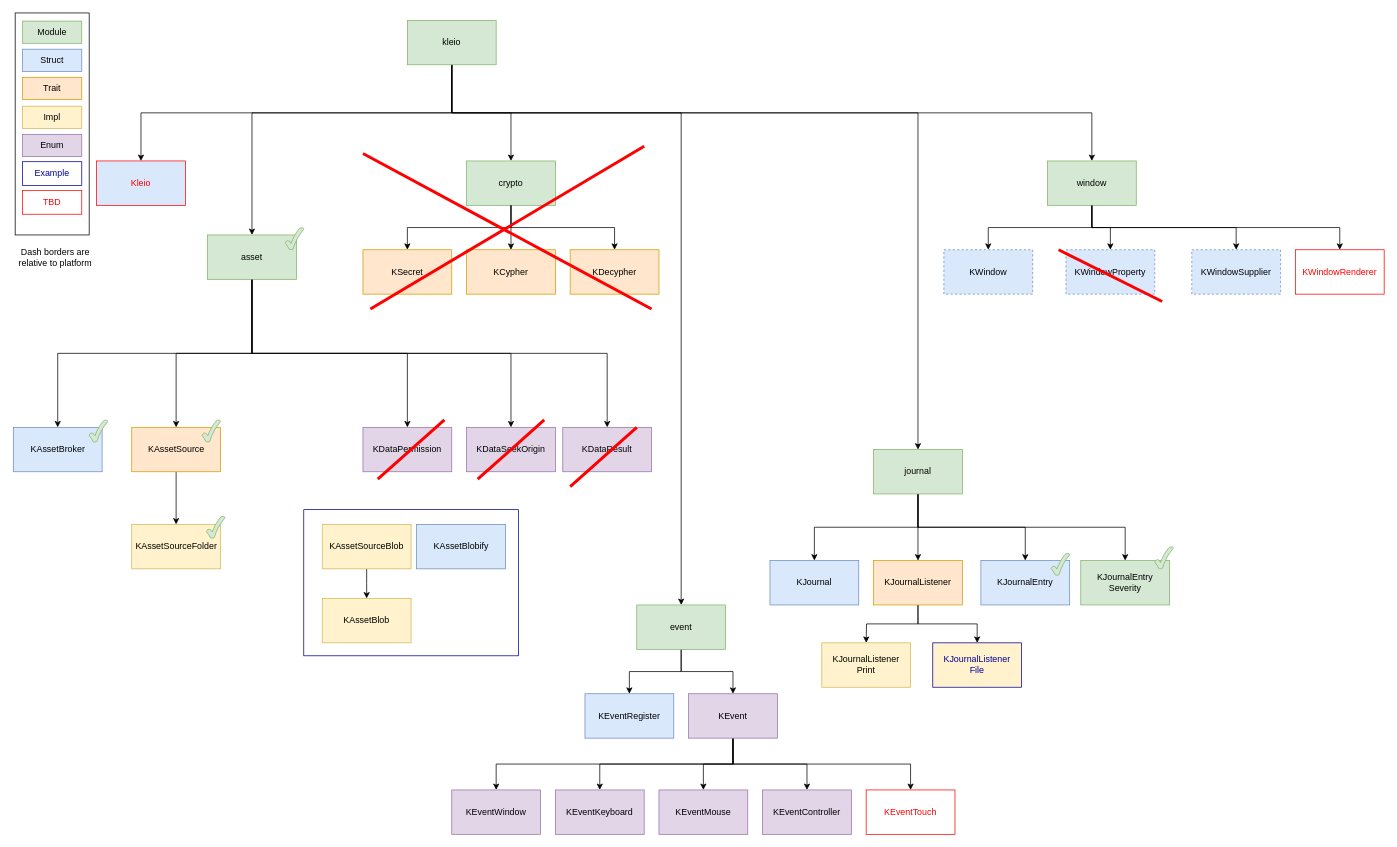
Earlier version of the draw.io diagram diagram/kleio.drawio (NickelAngeStudio/kleio). Source tidied: cells renumbered, new cells numbered last; positions are measured from the earlier drawing's top-left corner, leaving out a move shared by most shapes. Both pictures are drawn from the tidied source at 74%, with x=0, y=0 at pixel (13, 13).
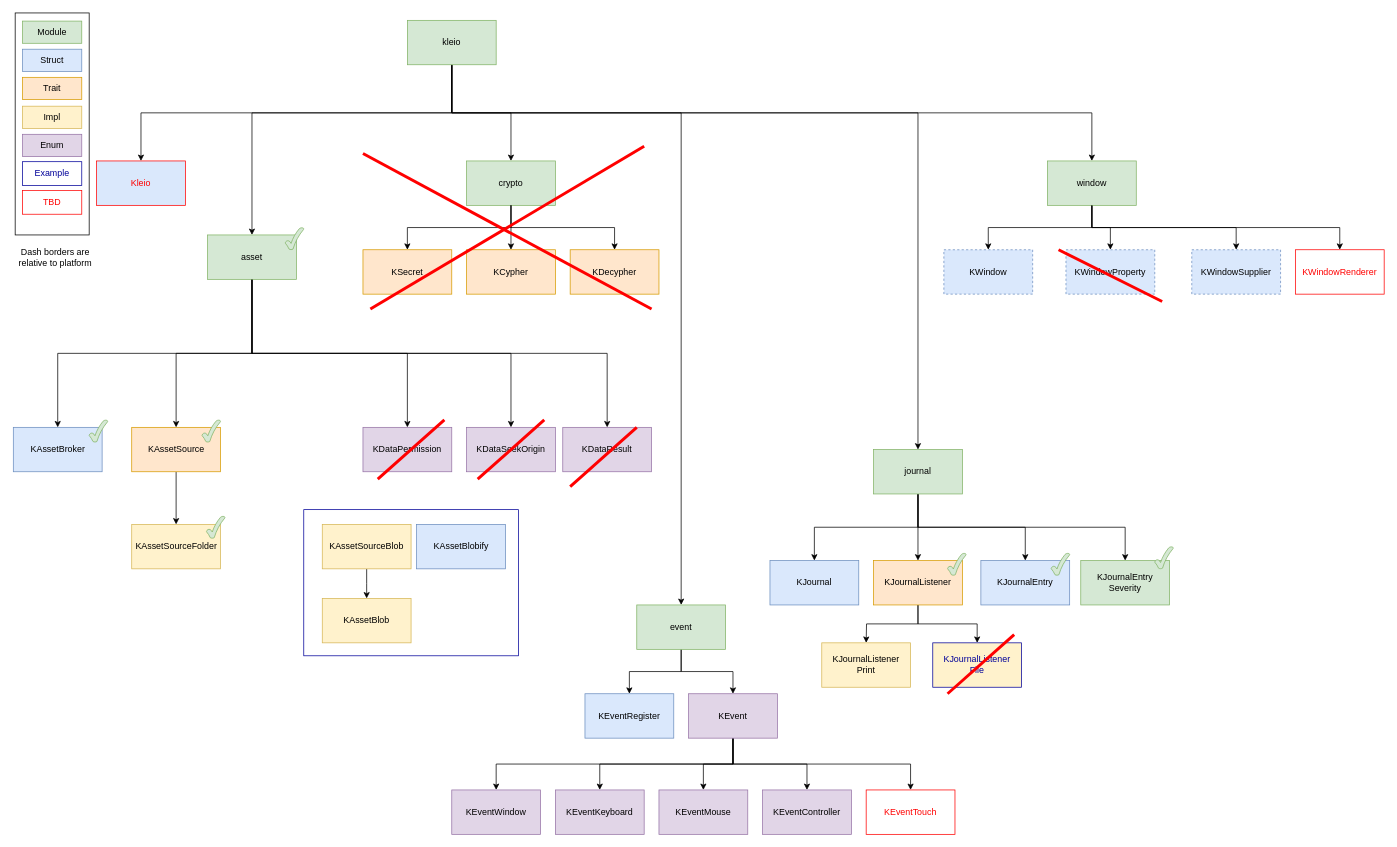
The same diagram, later.

What changed in the source:
```diff
@@
+    <mxCell id="95" style="verticalLabelPosition=bottom;verticalAlign=top;html=1;shape=mxgraph.basic.tick;fillColor=#d5e8d4;strokeColor=#82b366;" parent="1" vertex="1">
+      <mxGeometry x="1262" y="730" width="25" height="30" as="geometry" />
+    </mxCell>
+    <mxCell id="96" style="endArrow=none;html=1;fontColor=#FF0000;strokeWidth=4;strokeColor=#FF0000;" parent="1" edge="1">
+      <mxGeometry relative="1" as="geometry">
+        <mxPoint x="1262" y="920" as="sourcePoint" />
+        <mxPoint x="1352" y="840" as="targetPoint" />
+      </mxGeometry>
+    </mxCell>
```
